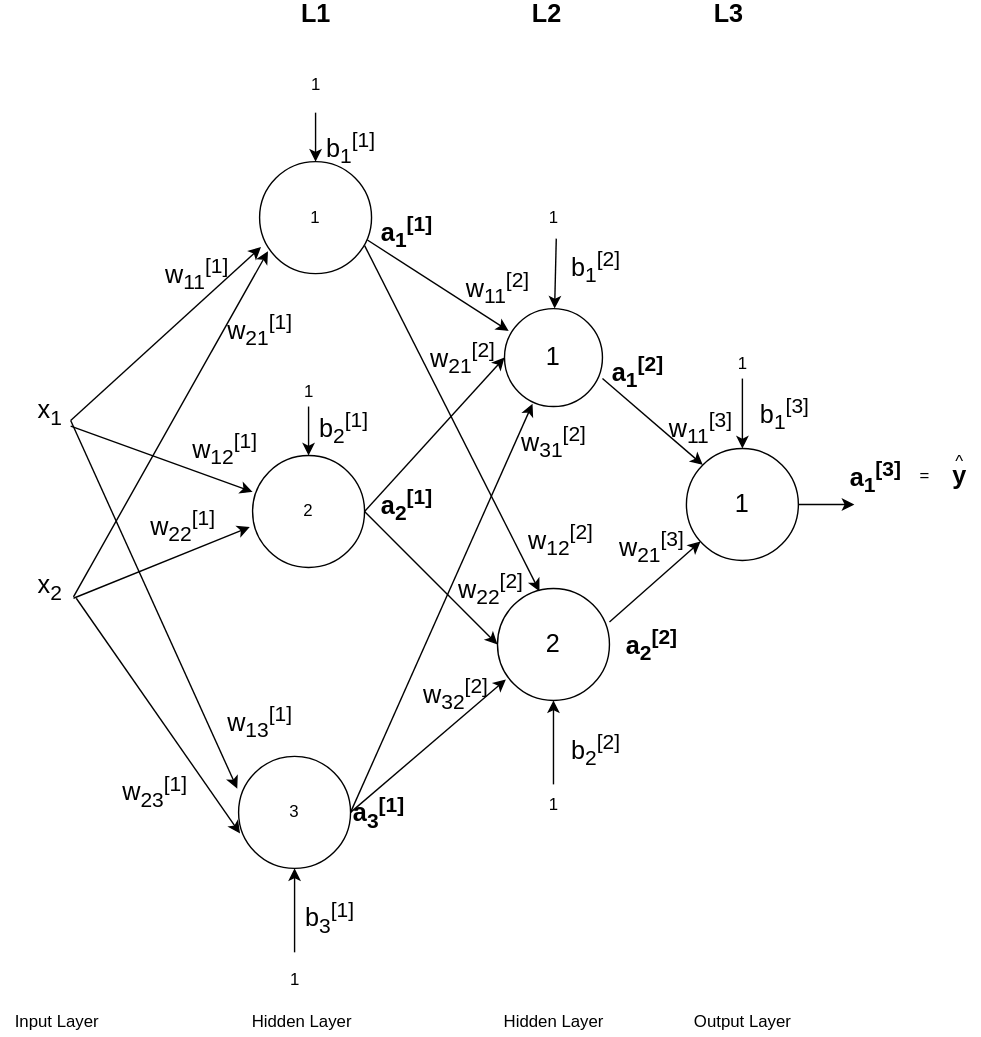
This is assets/images/neural-networks/neural-network.svg from ronen567/just-the-docs, a draw.io export, as it was before one commit. Source tidied: cells renumbered, new cells last; positions are measured from the earlier drawing's top-left corner, leaving out a move shared by most shapes.
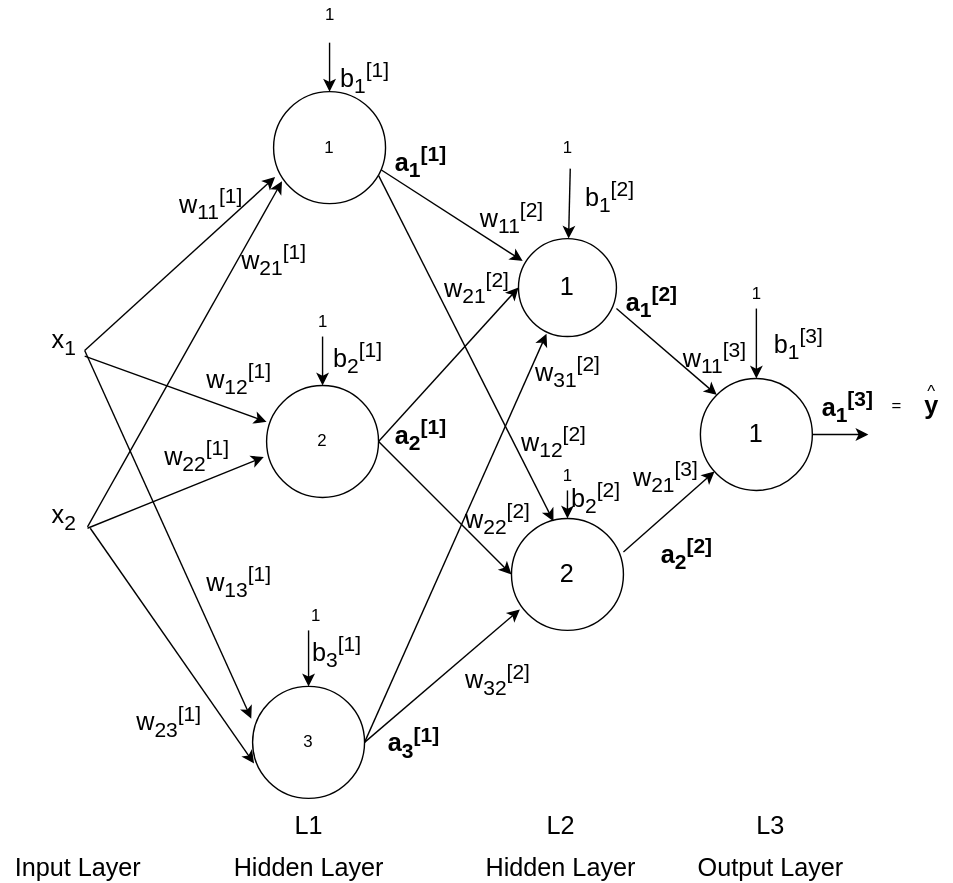
Later version of the same file.

What changed in the source:
```diff
@@ -27,25 +27,16 @@
       <mxGeometry x="20" y="405" width="30" height="30" as="geometry" />
     </mxCell>
     <mxCell id="10" value="&lt;font style=&quot;font-size: 18px&quot;&gt;&lt;b&gt;y&lt;/b&gt;&lt;/font&gt;" style="text;html=1;align=center;verticalAlign=middle;" parent="1" vertex="1">
-      <mxGeometry x="670" y="330" width="30" height="20" as="geometry" />
+      <mxGeometry x="640" y="330" width="30" height="20" as="geometry" />
     </mxCell>
-    <mxCell id="11" value="&lt;b&gt;&lt;font style=&quot;font-size: 18px&quot;&gt;L1&lt;/font&gt;&lt;/b&gt;" style="text;html=1;align=center;verticalAlign=middle;" parent="1" vertex="1">
-      <mxGeometry x="205" width="40" height="20" as="geometry" />
-    </mxCell>
-    <mxCell id="12" value="&lt;b&gt;&lt;font style=&quot;font-size: 18px&quot;&gt;L2&lt;/font&gt;&lt;/b&gt;" style="text;html=1;align=center;verticalAlign=middle;" parent="1" vertex="1">
-      <mxGeometry x="370" width="40" height="20" as="geometry" />
-    </mxCell>
-    <mxCell id="13" value="&lt;b&gt;&lt;font style=&quot;font-size: 18px&quot;&gt;L3&lt;/font&gt;&lt;/b&gt;" style="text;html=1;align=center;verticalAlign=middle;" parent="1" vertex="1">
-      <mxGeometry x="500" width="40" height="20" as="geometry" />
-    </mxCell>
-    <mxCell id="14" value="Hidden Layer" style="text;html=1;align=center;verticalAlign=middle;" parent="1" vertex="1">
-      <mxGeometry x="170" y="720" width="90" height="20" as="geometry" />
+    <mxCell id="14" value="&lt;font style=&quot;font-size: 18px&quot;&gt;Hidden Layer&lt;/font&gt;" style="text;html=1;align=center;verticalAlign=middle;" parent="1" vertex="1">
+      <mxGeometry x="150" y="660" width="120" height="20" as="geometry" />
     </mxCell>
-    <mxCell id="15" value="Input Layer" style="text;html=1;align=center;verticalAlign=middle;" parent="1" vertex="1">
-      <mxGeometry y="720" width="80" height="20" as="geometry" />
+    <mxCell id="15" value="&lt;font style=&quot;font-size: 18px&quot;&gt;Input Layer&lt;/font&gt;" style="text;html=1;align=center;verticalAlign=middle;" parent="1" vertex="1">
+      <mxGeometry x="-10" y="660" width="110" height="20" as="geometry" />
     </mxCell>
     <mxCell id="16" value="^" style="text;html=1;align=center;verticalAlign=middle;" parent="1" vertex="1">
-      <mxGeometry x="675" y="320" width="20" height="20" as="geometry" />
+      <mxGeometry x="645" y="320" width="20" height="20" as="geometry" />
     </mxCell>
     <mxCell id="17" value="&lt;font style=&quot;font-size: 18px&quot;&gt;b&lt;sub&gt;1&lt;/sub&gt;&lt;sup&gt;[1]&lt;/sup&gt;&lt;/font&gt;" style="text;html=1;align=center;verticalAlign=middle;" parent="1" vertex="1">
       <mxGeometry x="225" y="90" width="50" height="30" as="geometry" />
@@ -54,7 +45,7 @@
       <mxGeometry x="220" y="290" width="50" height="30" as="geometry" />
     </mxCell>
     <mxCell id="19" value="&lt;font style=&quot;font-size: 18px&quot;&gt;b&lt;sub&gt;3&lt;/sub&gt;&lt;sup&gt;[1]&lt;/sup&gt;&lt;/font&gt;" style="text;html=1;align=center;verticalAlign=middle;" parent="1" vertex="1">
-      <mxGeometry x="210" y="640" width="50" height="30" as="geometry" />
+      <mxGeometry x="205" y="500" width="50" height="30" as="geometry" />
     </mxCell>
     <mxCell id="20" value="&lt;font style=&quot;font-size: 18px&quot;&gt;w&lt;sub&gt;11&lt;/sub&gt;&lt;sup&gt;[3]&lt;/sup&gt;&lt;/font&gt;" style="text;html=1;align=center;verticalAlign=middle;" parent="1" vertex="1">
       <mxGeometry x="470" y="290" width="60" height="30" as="geometry" />
@@ -63,7 +54,7 @@
       <mxGeometry x="155" y="220" width="60" height="30" as="geometry" />
     </mxCell>
     <mxCell id="22" value="&lt;font style=&quot;font-size: 18px&quot;&gt;w&lt;sub&gt;13&lt;/sub&gt;&lt;sup&gt;[1]&lt;/sup&gt;&lt;/font&gt;" style="text;html=1;align=center;verticalAlign=middle;" parent="1" vertex="1">
-      <mxGeometry x="155" y="500" width="60" height="30" as="geometry" />
+      <mxGeometry x="130" y="450" width="60" height="30" as="geometry" />
     </mxCell>
     <mxCell id="23" value="&lt;font style=&quot;font-size: 18px&quot;&gt;w&lt;sub&gt;21&lt;/sub&gt;&lt;sup&gt;[3]&lt;/sup&gt;&lt;/font&gt;" style="text;html=1;align=center;verticalAlign=middle;" parent="1" vertex="1">
       <mxGeometry x="435" y="375" width="60" height="30" as="geometry" />
@@ -78,7 +69,7 @@
       <mxGeometry x="400" y="175" width="50" height="30" as="geometry" />
     </mxCell>
     <mxCell id="27" value="&lt;font style=&quot;font-size: 18px&quot;&gt;b&lt;sub&gt;2&lt;/sub&gt;&lt;sup&gt;[2]&lt;/sup&gt;&lt;/font&gt;" style="text;html=1;align=center;verticalAlign=middle;" parent="1" vertex="1">
-      <mxGeometry x="400" y="520" width="50" height="30" as="geometry" />
+      <mxGeometry x="390" y="390" width="50" height="30" as="geometry" />
     </mxCell>
     <mxCell id="28" value="&lt;font style=&quot;font-size: 18px&quot;&gt;b&lt;sub&gt;1&lt;/sub&gt;&lt;sup&gt;[3]&lt;/sup&gt;&lt;/font&gt;" style="text;html=1;align=center;verticalAlign=middle;" parent="1" vertex="1">
       <mxGeometry x="535" y="280" width="50" height="30" as="geometry" />
@@ -90,25 +81,25 @@
       <mxGeometry x="265" y="345" width="50" height="30" as="geometry" />
     </mxCell>
     <mxCell id="31" value="&lt;font style=&quot;font-size: 18px&quot;&gt;&lt;b&gt;a&lt;sub&gt;3&lt;/sub&gt;&lt;sup&gt;[1]&lt;/sup&gt;&lt;/b&gt;&lt;/font&gt;" style="text;html=1;align=center;verticalAlign=middle;" parent="1" vertex="1">
-      <mxGeometry x="245" y="565" width="50" height="30" as="geometry" />
+      <mxGeometry x="260" y="565" width="50" height="30" as="geometry" />
     </mxCell>
     <mxCell id="32" value="&lt;b&gt;&lt;font style=&quot;font-size: 18px&quot;&gt;a&lt;sub&gt;1&lt;/sub&gt;&lt;sup&gt;[2]&lt;/sup&gt;&lt;/font&gt;&lt;/b&gt;" style="text;html=1;align=center;verticalAlign=middle;" parent="1" vertex="1">
       <mxGeometry x="430" y="250" width="50" height="30" as="geometry" />
     </mxCell>
     <mxCell id="33" value="&lt;font style=&quot;font-size: 18px&quot;&gt;&lt;b&gt;a&lt;sub&gt;2&lt;/sub&gt;&lt;sup&gt;[2]&lt;/sup&gt;&lt;/b&gt;&lt;/font&gt;" style="text;html=1;align=center;verticalAlign=middle;" parent="1" vertex="1">
-      <mxGeometry x="440" y="445" width="50" height="30" as="geometry" />
+      <mxGeometry x="455" y="430" width="50" height="30" as="geometry" />
     </mxCell>
     <mxCell id="34" value="&lt;font style=&quot;font-size: 18px&quot;&gt;&lt;b&gt;a&lt;sub&gt;1&lt;/sub&gt;&lt;sup&gt;[3]&lt;/sup&gt;&lt;/b&gt;&lt;/font&gt;" style="text;html=1;align=center;verticalAlign=middle;" parent="1" vertex="1">
-      <mxGeometry x="600" y="325" width="50" height="30" as="geometry" />
+      <mxGeometry x="570" y="325" width="50" height="30" as="geometry" />
     </mxCell>
     <mxCell id="35" value="=" style="text;html=1;align=center;verticalAlign=middle;" parent="1" vertex="1">
-      <mxGeometry x="650" y="330" width="20" height="20" as="geometry" />
+      <mxGeometry x="620" y="330" width="20" height="20" as="geometry" />
     </mxCell>
-    <mxCell id="36" value="Hidden Layer" style="text;html=1;align=center;verticalAlign=middle;" parent="1" vertex="1">
-      <mxGeometry x="350" y="720" width="90" height="20" as="geometry" />
+    <mxCell id="36" value="&lt;font style=&quot;font-size: 18px&quot;&gt;Hidden Layer&lt;/font&gt;" style="text;html=1;align=center;verticalAlign=middle;" parent="1" vertex="1">
+      <mxGeometry x="330" y="660" width="120" height="20" as="geometry" />
     </mxCell>
-    <mxCell id="37" value="Output Layer" style="text;html=1;align=center;verticalAlign=middle;" parent="1" vertex="1">
-      <mxGeometry x="490" y="720" width="80" height="20" as="geometry" />
+    <mxCell id="37" value="&lt;font style=&quot;font-size: 18px&quot;&gt;Output Layer&lt;/font&gt;" style="text;html=1;align=center;verticalAlign=middle;" parent="1" vertex="1">
+      <mxGeometry x="480" y="660" width="120" height="20" as="geometry" />
     </mxCell>
     <mxCell id="38" value="&lt;font style=&quot;font-size: 18px&quot;&gt;w&lt;sub&gt;11&lt;/sub&gt;&lt;sup&gt;[1]&lt;/sup&gt;&lt;/font&gt;" style="text;html=1;align=center;verticalAlign=middle;" parent="1" vertex="1">
       <mxGeometry x="110" y="180" width="60" height="30" as="geometry" />
@@ -126,10 +117,10 @@
       <mxGeometry x="215" y="50" width="20" height="20" as="geometry" />
     </mxCell>
     <mxCell id="43" value="1" style="text;html=1;align=center;verticalAlign=middle;" parent="1" vertex="1">
-      <mxGeometry x="200" y="690" width="20" height="20" as="geometry" />
+      <mxGeometry x="205" y="480" width="20" height="20" as="geometry" />
     </mxCell>
     <mxCell id="44" value="1" style="text;html=1;align=center;verticalAlign=middle;" parent="1" vertex="1">
-      <mxGeometry x="385" y="565" width="20" height="20" as="geometry" />
+      <mxGeometry x="385" y="380" width="20" height="20" as="geometry" />
     </mxCell>
     <mxCell id="45" value="&lt;font style=&quot;font-size: 18px&quot;&gt;w&lt;sub&gt;11&lt;/sub&gt;&lt;sup&gt;[2]&lt;/sup&gt;&lt;/font&gt;" style="text;html=1;align=center;verticalAlign=middle;" parent="1" vertex="1">
       <mxGeometry x="325" y="190" width="60" height="30" as="geometry" />
@@ -138,13 +129,13 @@
       <mxGeometry x="300" y="240" width="60" height="30" as="geometry" />
     </mxCell>
     <mxCell id="47" value="&lt;font style=&quot;font-size: 18px&quot;&gt;w&lt;sub&gt;12&lt;/sub&gt;&lt;sup&gt;[2]&lt;/sup&gt;&lt;/font&gt;" style="text;html=1;align=center;verticalAlign=middle;" parent="1" vertex="1">
-      <mxGeometry x="370" y="370" width="60" height="30" as="geometry" />
+      <mxGeometry x="355" y="350" width="60" height="30" as="geometry" />
     </mxCell>
     <mxCell id="48" value="&lt;font style=&quot;font-size: 18px&quot;&gt;w&lt;sub&gt;32&lt;/sub&gt;&lt;sup&gt;[2]&lt;/sup&gt;&lt;/font&gt;" style="text;html=1;align=center;verticalAlign=middle;" parent="1" vertex="1">
-      <mxGeometry x="295" y="480" width="60" height="30" as="geometry" />
+      <mxGeometry x="315" y="520" width="60" height="30" as="geometry" />
     </mxCell>
     <mxCell id="49" value="&lt;font style=&quot;font-size: 18px&quot;&gt;w&lt;sub&gt;22&lt;/sub&gt;&lt;sup&gt;[2]&lt;/sup&gt;&lt;/font&gt;" style="text;html=1;align=center;verticalAlign=middle;" parent="1" vertex="1">
-      <mxGeometry x="320" y="405" width="60" height="30" as="geometry" />
+      <mxGeometry x="315" y="405" width="60" height="30" as="geometry" />
     </mxCell>
     <mxCell id="50" value="1" style="text;html=1;align=center;verticalAlign=middle;" parent="1" vertex="1">
       <mxGeometry x="210" y="270" width="20" height="20" as="geometry" />
@@ -215,16 +206,6 @@
         <mxPoint x="250" y="580" as="sourcePoint" />
       </mxGeometry>
     </mxCell>
-    <mxCell id="69" style="endArrow=classic;html=1;entryX=0.5;entryY=1;entryDx=0;entryDy=0;" parent="1" edge="1" target="4">
-      <mxGeometry relative="1" as="geometry">
-        <mxPoint x="210" y="680" as="sourcePoint" />
-      </mxGeometry>
-    </mxCell>
-    <mxCell id="70" style="endArrow=classic;html=1;entryX=0.5;entryY=1;entryDx=0;entryDy=0;" parent="1" edge="1" target="6">
-      <mxGeometry relative="1" as="geometry">
-        <mxPoint x="395" y="560" as="sourcePoint" />
-      </mxGeometry>
-    </mxCell>
     <mxCell id="71" style="endArrow=classic;html=1;" parent="1" edge="1" target="7">
       <mxGeometry relative="1" as="geometry">
         <mxPoint x="530" y="270" as="sourcePoint" />
@@ -235,5 +216,24 @@
         <mxPoint x="610" y="360" as="targetPoint" />
       </mxGeometry>
     </mxCell>
+    <mxCell id="73" style="endArrow=classic;html=1;entryX=0.5;entryY=0;entryDx=0;entryDy=0;" parent="1" edge="1" target="6">
+      <mxGeometry relative="1" as="geometry">
+        <mxPoint x="395" y="400" as="sourcePoint" />
+      </mxGeometry>
+    </mxCell>
+    <mxCell id="74" style="endArrow=classic;html=1;entryX=0.5;entryY=0;entryDx=0;entryDy=0;" parent="1" edge="1" target="4">
+      <mxGeometry relative="1" as="geometry">
+        <mxPoint x="210" y="500" as="sourcePoint" />
+      </mxGeometry>
+    </mxCell>
+    <mxCell id="11" value="&lt;font style=&quot;font-size: 18px&quot;&gt;&lt;font&gt;L1&lt;/font&gt;&lt;/font&gt;" style="text;html=1;align=center;verticalAlign=middle;" parent="1" vertex="1">
+      <mxGeometry x="190" y="630" width="40" height="20" as="geometry" />
+    </mxCell>
+    <mxCell id="12" value="&lt;span style=&quot;font-size: 18px&quot;&gt;L2&lt;/span&gt;" style="text;html=1;align=center;verticalAlign=middle;" parent="1" vertex="1">
+      <mxGeometry x="370" y="630" width="40" height="20" as="geometry" />
+    </mxCell>
+    <mxCell id="13" value="&lt;span style=&quot;font-size: 18px&quot;&gt;L3&lt;/span&gt;" style="text;html=1;align=center;verticalAlign=middle;" parent="1" vertex="1">
+      <mxGeometry x="520" y="630" width="40" height="20" as="geometry" />
+    </mxCell>
   </root>
 </mxGraphModel>
```
